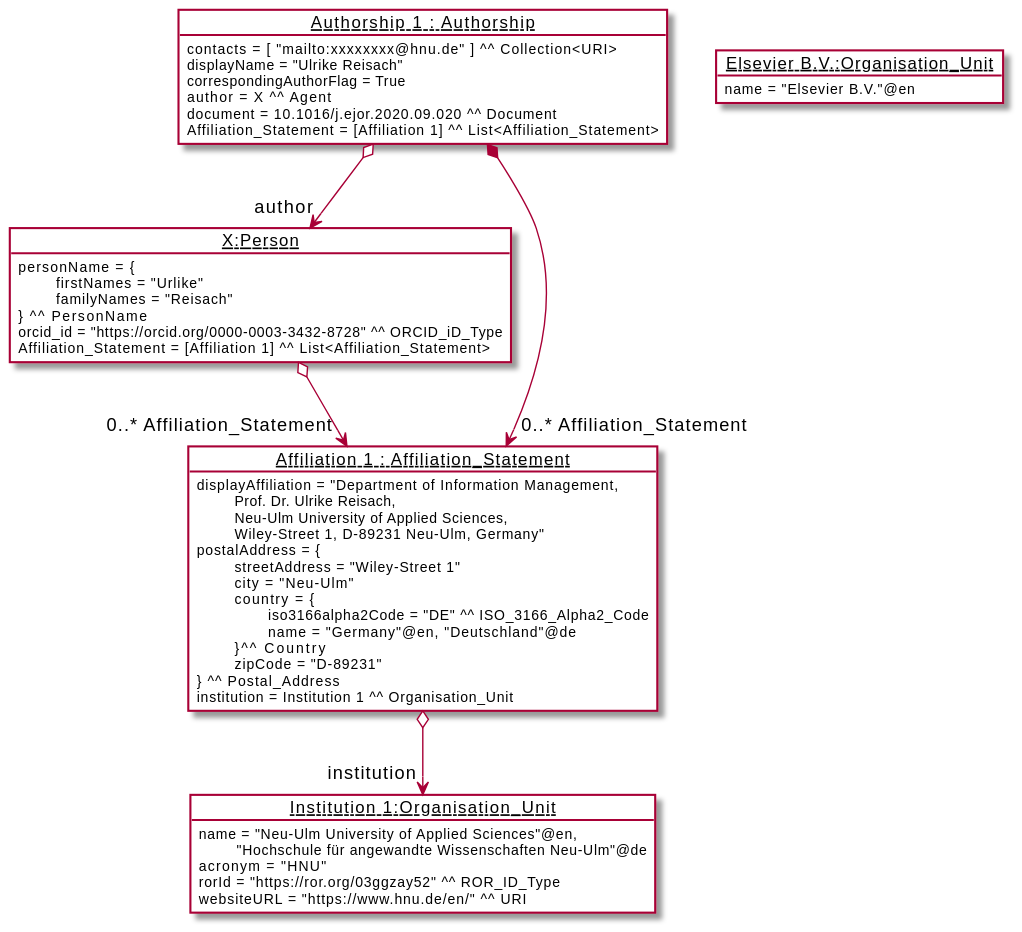
EuroCRIS/CERIF-Core keeps this PlantUML diagram as diagrams/example.svg. Above is the earlier version.
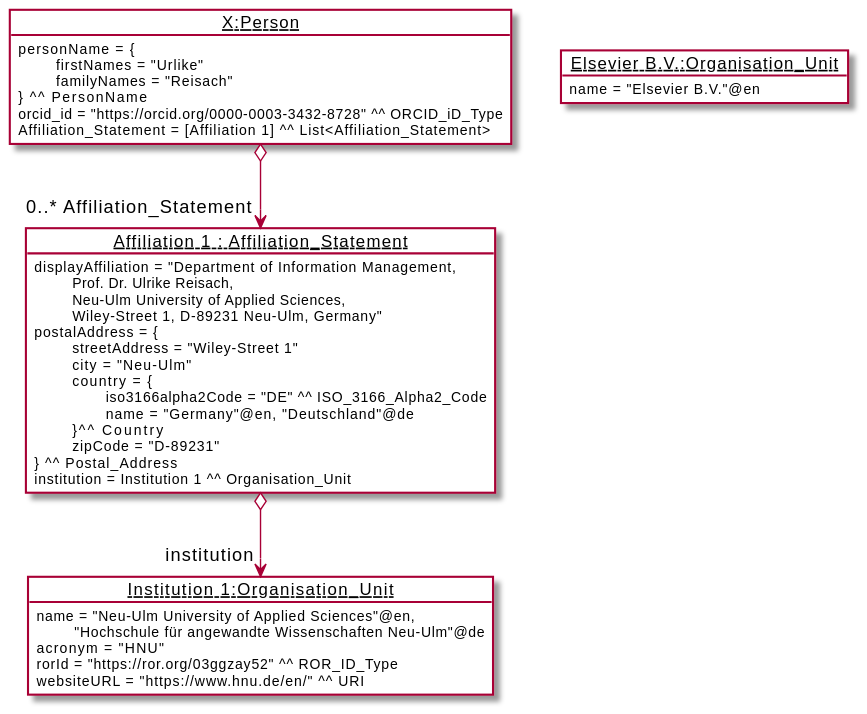
Later version of the same file.

The edit, as a diff of the source:
```diff
@@ -46,24 +46,6 @@
         }
     !endsub
 
-    !startsub aut
-    object "<u>Authorship 1 : Authorship</u>" as Aut1 #ffffff {
-            contacts = [ "mailto:xxxxxxxx@hnu.de" ] ^^ Collection<URI>
-            displayName = "Ulrike Reisach"
-            correspondingAuthorFlag = True
-            author = X ^^ Agent
-            document = 10.1016/j.ejor.2020.09.020 ^^ Document
-            Affiliation_Statement = [Affiliation 1] ^^ List<Affiliation_Statement>
-        }
-    !endsub
-
-    !startsub autDoc
-        Aut1 o--> "author" X
-    !endsub
-    !startsub autDoc
-        Aut1 *--> "0..* Affiliation_Statement" Aff1
-    !endsub
-
     !startsub Affiliation_Statement
         Aff1 o--> "institution" Ins1
     !endsub
```
